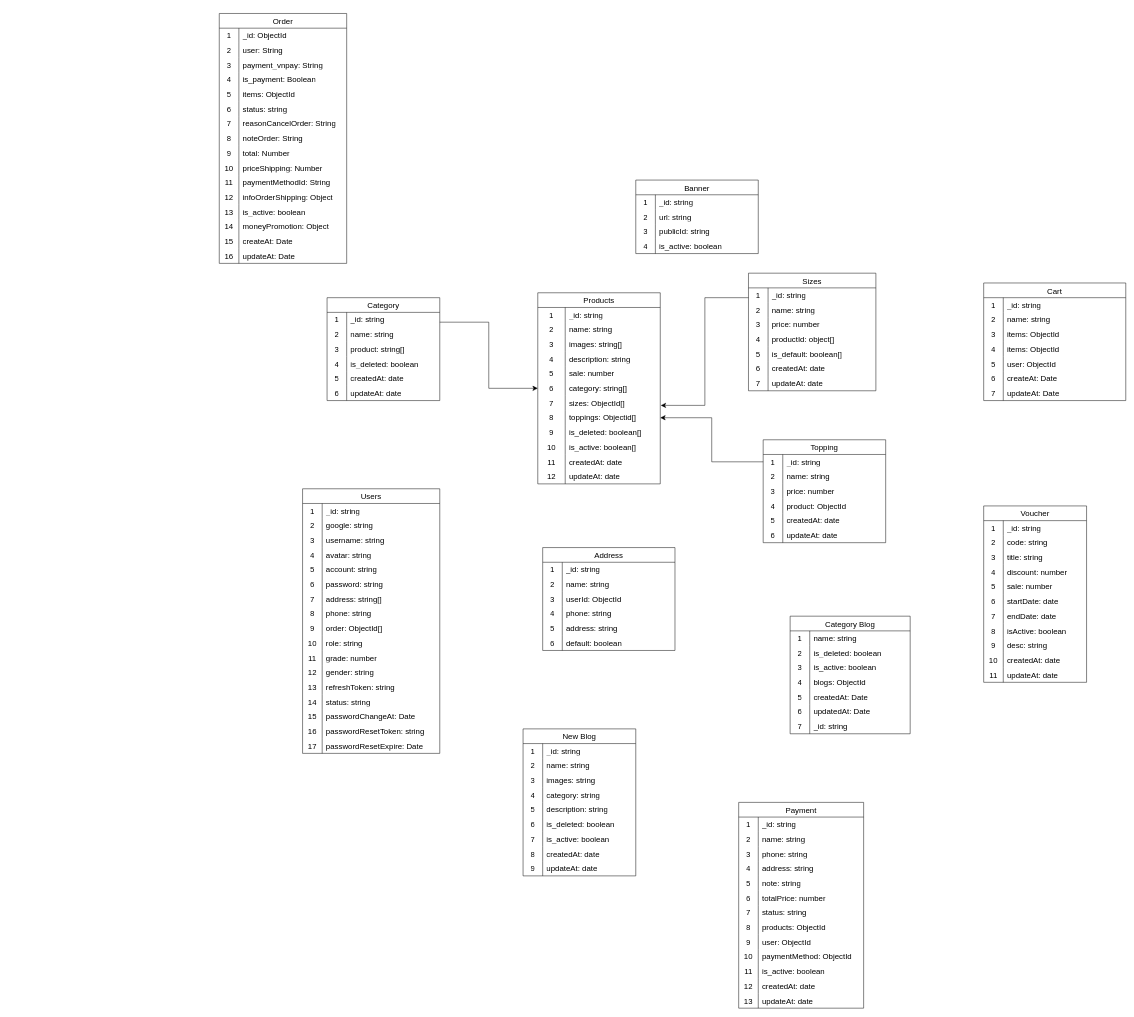
Above: da.drawio in dangtienhung/datn-admin-quan-ly-cua-hang (draw.io), before the change. Source tidied: cells renumbered, new cells numbered last; positions are measured from the earlier drawing's top-left corner, leaving out a move shared by most shapes. Both pictures are drawn from the tidied source at 49%, with x=0, y=0 at pixel (219, 13).
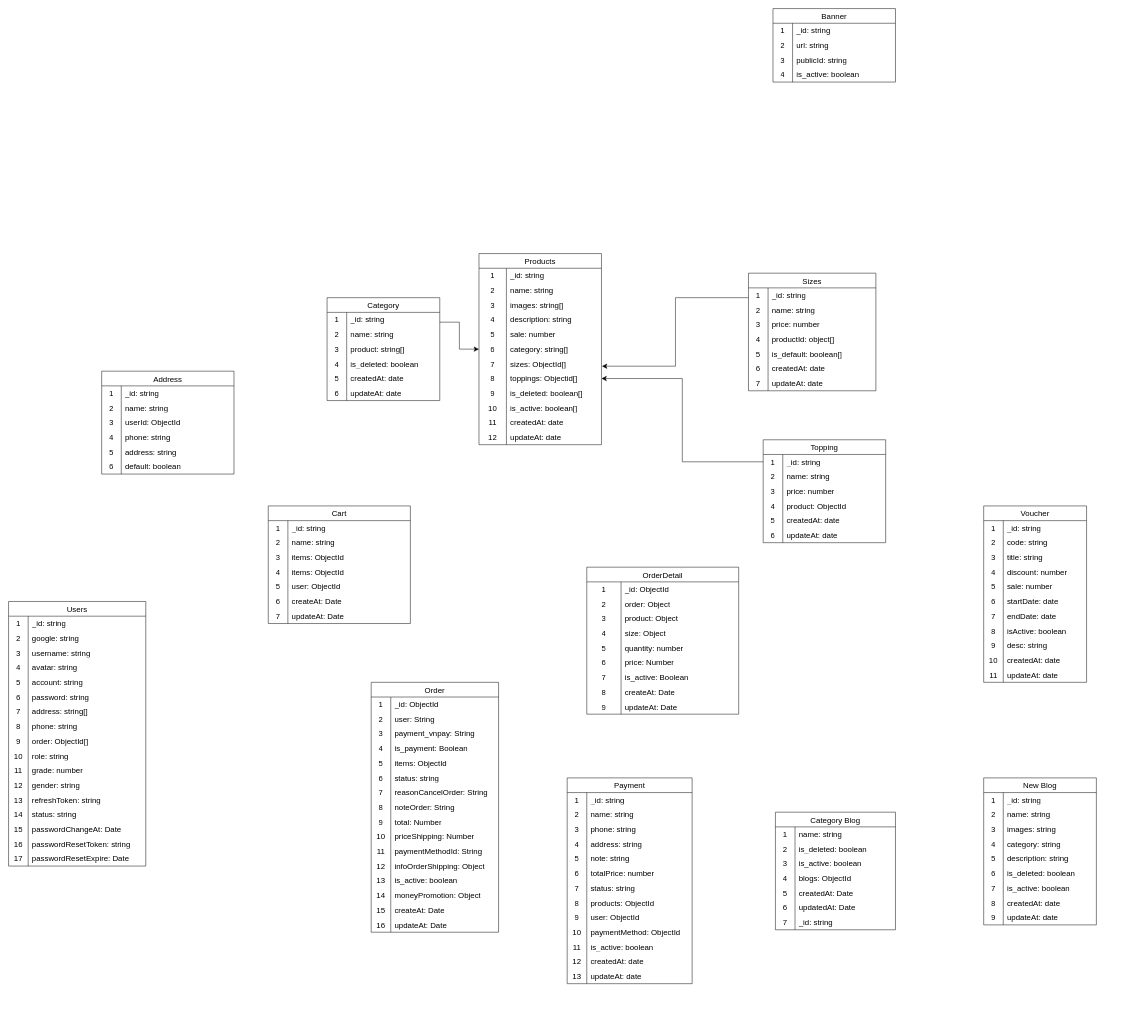
The same diagram, later.

Commit message:
cập nhật thêm bảng order/ order detail

Diff of the diagram source:
```diff
@@
     <mxCell id="21" value="Products" style="shape=table;startSize=30;childLayout=tableLayout;rowLines=0;fontStyle=0;strokeColor=default;fontSize=16;" parent="1" vertex="1">
-      <mxGeometry x="650" y="570" width="250" height="390" as="geometry" />
+      <mxGeometry x="530" y="490" width="250" height="390" as="geometry" />
     </mxCell>
@@
     <mxCell id="102" value="Users" style="shape=table;startSize=30;childLayout=tableLayout;rowLines=0;fontStyle=0;strokeColor=default;fontSize=16;" parent="1" vertex="1">
-      <mxGeometry x="170" y="970" width="280" height="540" as="geometry" />
+      <mxGeometry x="-430" y="1200" width="280" height="540" as="geometry" />
     </mxCell>
@@
     <mxCell id="154" value="Address" style="shape=table;startSize=30;childLayout=tableLayout;rowLines=0;fontStyle=0;strokeColor=default;fontSize=16;" parent="1" vertex="1">
-      <mxGeometry x="660" y="1090" width="270" height="210" as="geometry" />
+      <mxGeometry x="-240" y="730" width="270" height="210" as="geometry" />
     </mxCell>
@@
     <mxCell id="173" value="Banner" style="shape=table;startSize=30;childLayout=tableLayout;rowLines=0;fontStyle=0;strokeColor=default;fontSize=16;" parent="1" vertex="1">
-      <mxGeometry x="850" y="340" width="250" height="150" as="geometry" />
+      <mxGeometry x="1130" y="-10" width="250" height="150" as="geometry" />
     </mxCell>
@@
     <mxCell id="186" value="Cart" style="shape=table;startSize=30;childLayout=tableLayout;rowLines=0;fontStyle=0;strokeColor=default;fontSize=16;" parent="1" vertex="1">
-      <mxGeometry x="1560" y="550" width="290" height="240" as="geometry" />
+      <mxGeometry x="100" y="1005" width="290" height="240" as="geometry" />
     </mxCell>
@@
     <mxCell id="208" value="Category Blog" style="shape=table;startSize=30;childLayout=tableLayout;rowLines=0;fontStyle=0;strokeColor=default;fontSize=16;" parent="1" vertex="1">
-      <mxGeometry x="1165" y="1230" width="245" height="240" as="geometry" />
+      <mxGeometry x="1135" y="1630" width="245" height="240" as="geometry" />
     </mxCell>
@@
     <mxCell id="230" value="New Blog" style="shape=table;startSize=30;childLayout=tableLayout;rowLines=0;fontStyle=0;strokeColor=default;fontSize=16;" parent="1" vertex="1">
-      <mxGeometry x="620" y="1460" width="230" height="300" as="geometry" />
+      <mxGeometry x="1560" y="1560" width="230" height="300" as="geometry" />
     </mxCell>
@@
     <mxCell id="258" value="Payment" style="shape=table;startSize=30;childLayout=tableLayout;rowLines=0;fontStyle=0;strokeColor=default;fontSize=16;" parent="1" vertex="1">
-      <mxGeometry x="1060" y="1610" width="255" height="420" as="geometry" />
+      <mxGeometry x="710" y="1560" width="255" height="420" as="geometry" />
     </mxCell>
@@
     <mxCell id="332" value="Order" style="shape=table;startSize=30;childLayout=tableLayout;rowLines=0;fontStyle=0;strokeColor=default;fontSize=16;" parent="1" vertex="1">
-      <mxGeometry width="260" height="510" as="geometry" />
+      <mxGeometry x="310" y="1365" width="260" height="510" as="geometry" />
     </mxCell>
@@
+    <mxCell id="381" value="OrderDetail" style="shape=table;startSize=30;childLayout=tableLayout;rowLines=0;fontStyle=0;strokeColor=default;fontSize=16;" parent="1" vertex="1">
+      <mxGeometry x="750" y="1130" width="310" height="300" as="geometry" />
+    </mxCell>
+    <mxCell id="382" style="shape=tableRow;horizontal=0;startSize=0;swimlaneHead=0;swimlaneBody=0;top=0;left=0;bottom=0;right=0;fillColor=none;strokeColor=inherit;fontSize=16;" parent="381" vertex="1">
+      <mxGeometry y="30" width="310" height="30" as="geometry" />
+    </mxCell>
+    <mxCell id="383" value="1" style="shape=partialRectangle;html=1;whiteSpace=wrap;fillColor=none;top=0;left=0;bottom=0;right=0;overflow=hidden;strokeColor=inherit;fontSize=16;" parent="382" vertex="1">
+      <mxGeometry width="70" height="30" as="geometry" />
+    </mxCell>
+    <mxCell id="384" value="_id: ObjectId" style="shape=partialRectangle;html=1;whiteSpace=wrap;fillColor=none;top=0;left=0;bottom=0;right=0;align=left;spacingLeft=6;overflow=hidden;strokeColor=inherit;fontSize=16;" parent="382" vertex="1">
+      <mxGeometry x="70" width="240" height="30" as="geometry" />
+    </mxCell>
+    <mxCell id="385" style="shape=tableRow;horizontal=0;startSize=0;swimlaneHead=0;swimlaneBody=0;top=0;left=0;bottom=0;right=0;fillColor=none;strokeColor=inherit;fontSize=16;" parent="381" vertex="1">
+      <mxGeometry y="60" width="310" height="30" as="geometry" />
+    </mxCell>
+    <mxCell id="386" value="2" style="shape=partialRectangle;html=1;whiteSpace=wrap;fillColor=none;top=0;left=0;bottom=0;right=0;overflow=hidden;strokeColor=inherit;fontSize=16;" parent="385" vertex="1">
+      <mxGeometry width="70" height="30" as="geometry" />
+    </mxCell>
+    <mxCell id="387" value="order: Object" style="shape=partialRectangle;html=1;whiteSpace=wrap;fillColor=none;top=0;left=0;bottom=0;right=0;align=left;spacingLeft=6;overflow=hidden;strokeColor=inherit;fontSize=16;" parent="385" vertex="1">
+      <mxGeometry x="70" width="240" height="30" as="geometry" />
+    </mxCell>
+    <mxCell id="388" style="shape=tableRow;horizontal=0;startSize=0;swimlaneHead=0;swimlaneBody=0;top=0;left=0;bottom=0;right=0;fillColor=none;strokeColor=inherit;fontSize=16;" parent="381" vertex="1">
+      <mxGeometry y="90" width="310" height="30" as="geometry" />
+    </mxCell>
+    <mxCell id="389" value="3" style="shape=partialRectangle;html=1;whiteSpace=wrap;fillColor=none;top=0;left=0;bottom=0;right=0;overflow=hidden;strokeColor=inherit;fontSize=16;" parent="388" vertex="1">
+      <mxGeometry width="70" height="30" as="geometry" />
+    </mxCell>
+    <mxCell id="390" value="product: Object" style="shape=partialRectangle;html=1;whiteSpace=wrap;fillColor=none;top=0;left=0;bottom=0;right=0;align=left;spacingLeft=6;overflow=hidden;strokeColor=inherit;fontSize=16;" parent="388" vertex="1">
+      <mxGeometry x="70" width="240" height="30" as="geometry" />
+    </mxCell>
+    <mxCell id="391" style="shape=tableRow;horizontal=0;startSize=0;swimlaneHead=0;swimlaneBody=0;top=0;left=0;bottom=0;right=0;fillColor=none;strokeColor=inherit;fontSize=16;" parent="381" vertex="1">
+      <mxGeometry y="120" width="310" height="30" as="geometry" />
+    </mxCell>
+    <mxCell id="392" value="4" style="shape=partialRectangle;html=1;whiteSpace=wrap;fillColor=none;top=0;left=0;bottom=0;right=0;overflow=hidden;strokeColor=inherit;fontSize=16;" parent="391" vertex="1">
+      <mxGeometry width="70" height="30" as="geometry" />
+    </mxCell>
+    <mxCell id="393" value="size: Object" style="shape=partialRectangle;html=1;whiteSpace=wrap;fillColor=none;top=0;left=0;bottom=0;right=0;align=left;spacingLeft=6;overflow=hidden;strokeColor=inherit;fontSize=16;" parent="391" vertex="1">
+      <mxGeometry x="70" width="240" height="30" as="geometry" />
+    </mxCell>
+    <mxCell id="394" style="shape=tableRow;horizontal=0;startSize=0;swimlaneHead=0;swimlaneBody=0;top=0;left=0;bottom=0;right=0;fillColor=none;strokeColor=inherit;fontSize=16;" parent="381" vertex="1">
+      <mxGeometry y="150" width="310" height="30" as="geometry" />
+    </mxCell>
+    <mxCell id="395" value="5" style="shape=partialRectangle;html=1;whiteSpace=wrap;fillColor=none;top=0;left=0;bottom=0;right=0;overflow=hidden;strokeColor=inherit;fontSize=16;" parent="394" vertex="1">
+      <mxGeometry width="70" height="30" as="geometry" />
+    </mxCell>
+    <mxCell id="396" value="quantity: number" style="shape=partialRectangle;html=1;whiteSpace=wrap;fillColor=none;top=0;left=0;bottom=0;right=0;align=left;spacingLeft=6;overflow=hidden;strokeColor=inherit;fontSize=16;" parent="394" vertex="1">
+      <mxGeometry x="70" width="240" height="30" as="geometry" />
+    </mxCell>
+    <mxCell id="397" style="shape=tableRow;horizontal=0;startSize=0;swimlaneHead=0;swimlaneBody=0;top=0;left=0;bottom=0;right=0;fillColor=none;strokeColor=inherit;fontSize=16;" parent="381" vertex="1">
+      <mxGeometry y="180" width="310" height="30" as="geometry" />
+    </mxCell>
+    <mxCell id="398" value="6" style="shape=partialRectangle;html=1;whiteSpace=wrap;fillColor=none;top=0;left=0;bottom=0;right=0;overflow=hidden;strokeColor=inherit;fontSize=16;" parent="397" vertex="1">
+      <mxGeometry width="70" height="30" as="geometry" />
+    </mxCell>
+    <mxCell id="399" value="price: Number" style="shape=partialRectangle;html=1;whiteSpace=wrap;fillColor=none;top=0;left=0;bottom=0;right=0;align=left;spacingLeft=6;overflow=hidden;strokeColor=inherit;fontSize=16;" parent="397" vertex="1">
+      <mxGeometry x="70" width="240" height="30" as="geometry" />
+    </mxCell>
+    <mxCell id="400" style="shape=tableRow;horizontal=0;startSize=0;swimlaneHead=0;swimlaneBody=0;top=0;left=0;bottom=0;right=0;fillColor=none;strokeColor=inherit;fontSize=16;" parent="381" vertex="1">
+      <mxGeometry y="210" width="310" height="30" as="geometry" />
+    </mxCell>
+    <mxCell id="401" value="7" style="shape=partialRectangle;html=1;whiteSpace=wrap;fillColor=none;top=0;left=0;bottom=0;right=0;overflow=hidden;strokeColor=inherit;fontSize=16;" parent="400" vertex="1">
+      <mxGeometry width="70" height="30" as="geometry" />
+    </mxCell>
+    <mxCell id="402" value="is_active: Boolean" style="shape=partialRectangle;html=1;whiteSpace=wrap;fillColor=none;top=0;left=0;bottom=0;right=0;align=left;spacingLeft=6;overflow=hidden;strokeColor=inherit;fontSize=16;" parent="400" vertex="1">
+      <mxGeometry x="70" width="240" height="30" as="geometry" />
+    </mxCell>
+    <mxCell id="403" style="shape=tableRow;horizontal=0;startSize=0;swimlaneHead=0;swimlaneBody=0;top=0;left=0;bottom=0;right=0;fillColor=none;strokeColor=inherit;fontSize=16;" parent="381" vertex="1">
+      <mxGeometry y="240" width="310" height="30" as="geometry" />
+    </mxCell>
+    <mxCell id="404" value="8" style="shape=partialRectangle;html=1;whiteSpace=wrap;fillColor=none;top=0;left=0;bottom=0;right=0;overflow=hidden;strokeColor=inherit;fontSize=16;" parent="403" vertex="1">
+      <mxGeometry width="70" height="30" as="geometry" />
+    </mxCell>
+    <mxCell id="405" value="createAt: Date" style="shape=partialRectangle;html=1;whiteSpace=wrap;fillColor=none;top=0;left=0;bottom=0;right=0;align=left;spacingLeft=6;overflow=hidden;strokeColor=inherit;fontSize=16;" parent="403" vertex="1">
+      <mxGeometry x="70" width="240" height="30" as="geometry" />
+    </mxCell>
+    <mxCell id="406" style="shape=tableRow;horizontal=0;startSize=0;swimlaneHead=0;swimlaneBody=0;top=0;left=0;bottom=0;right=0;fillColor=none;strokeColor=inherit;fontSize=16;" parent="381" vertex="1">
+      <mxGeometry y="270" width="310" height="30" as="geometry" />
+    </mxCell>
+    <mxCell id="407" value="9" style="shape=partialRectangle;html=1;whiteSpace=wrap;fillColor=none;top=0;left=0;bottom=0;right=0;overflow=hidden;strokeColor=inherit;fontSize=16;" parent="406" vertex="1">
+      <mxGeometry width="70" height="30" as="geometry" />
+    </mxCell>
+    <mxCell id="408" value="updateAt: Date" style="shape=partialRectangle;html=1;whiteSpace=wrap;fillColor=none;top=0;left=0;bottom=0;right=0;align=left;spacingLeft=6;overflow=hidden;strokeColor=inherit;fontSize=16;" parent="406" vertex="1">
+      <mxGeometry x="70" width="240" height="30" as="geometry" />
+    </mxCell>
```
